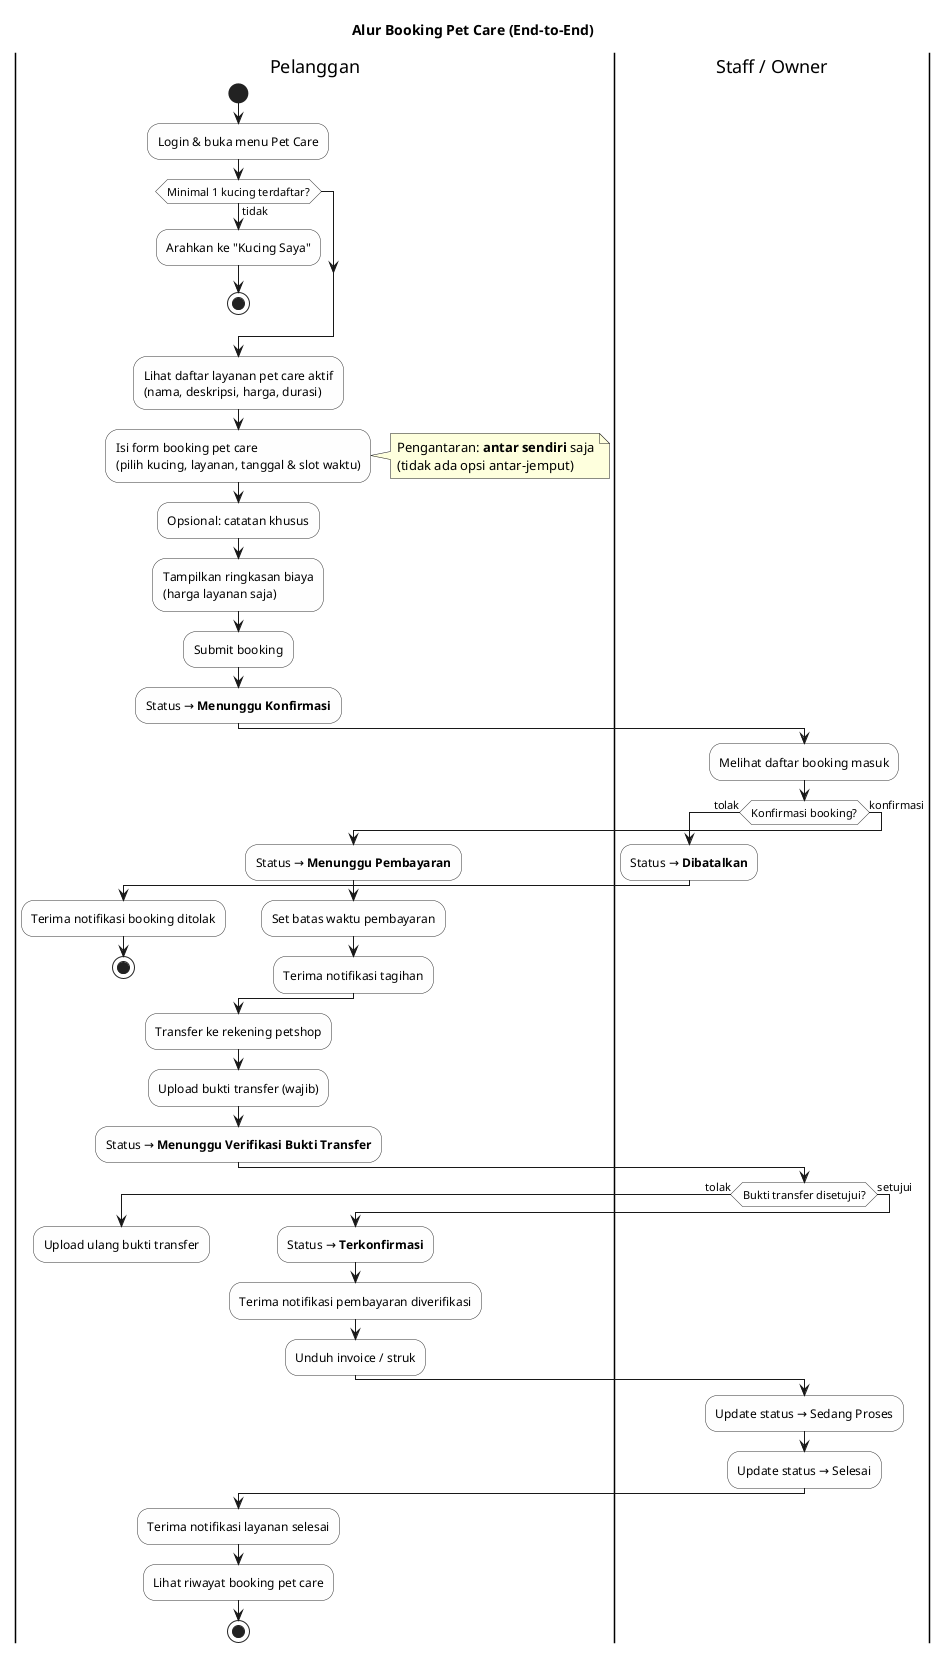
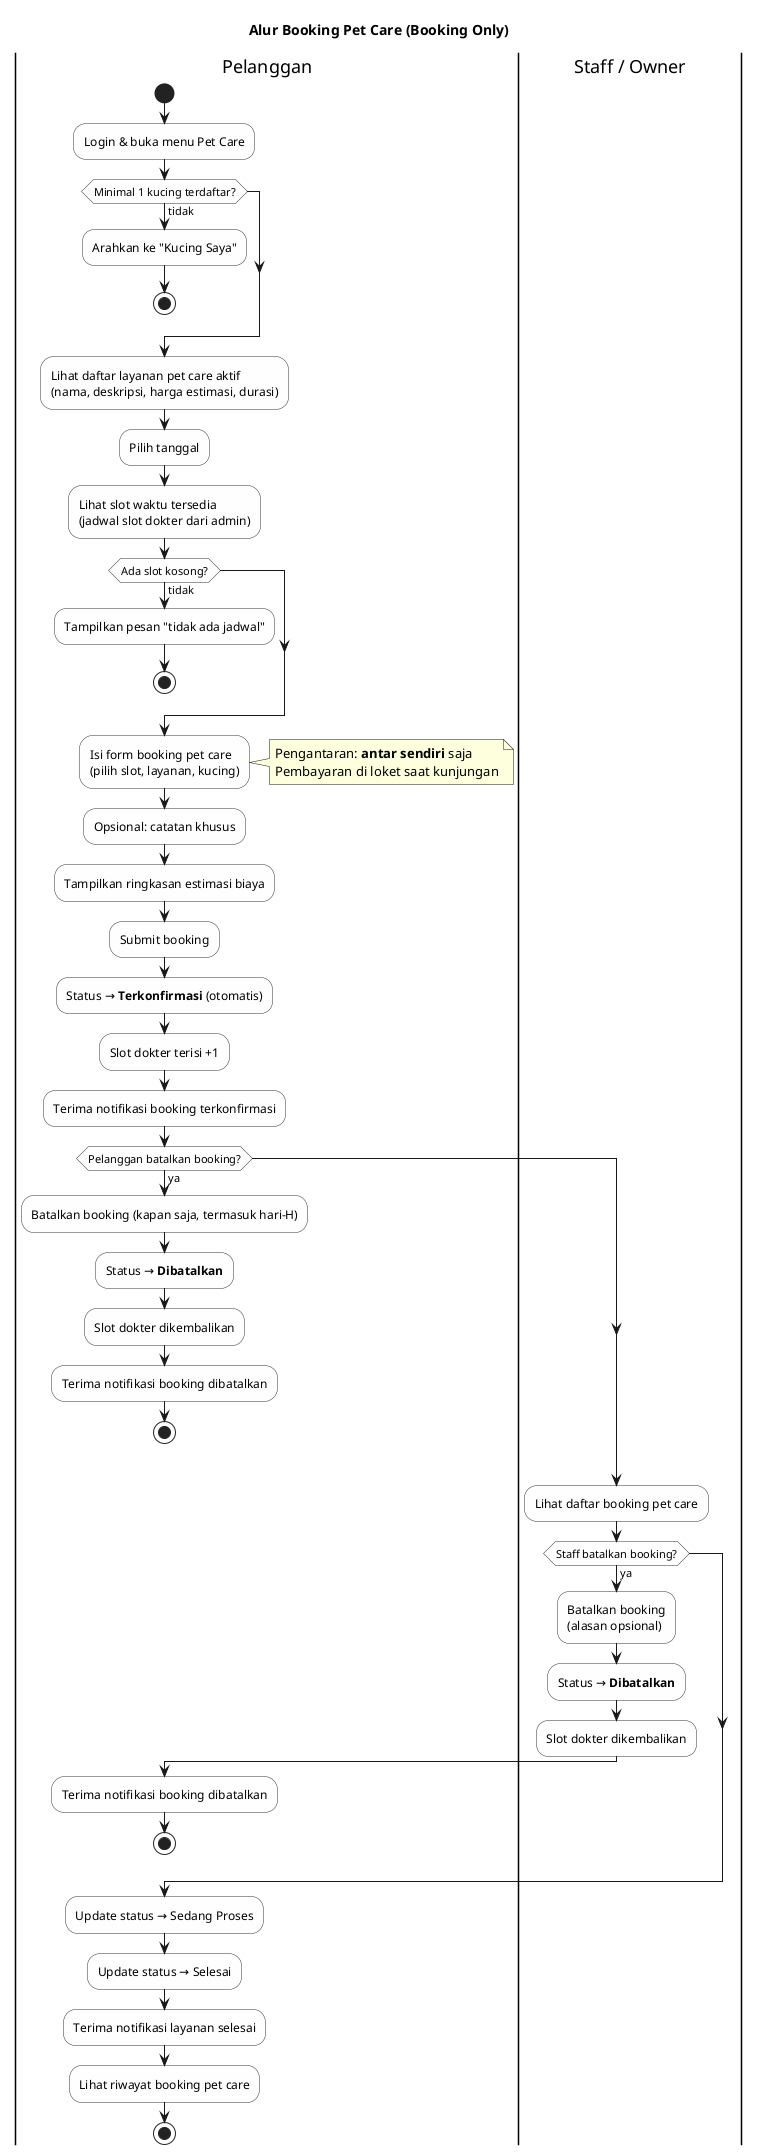
@startuml activity-booking-petcare
skinparam activity {
  BackgroundColor #FEFEFE
  BorderColor #333333
}

- title Alur Booking Pet Care (End-to-End)
+ title Alur Booking Pet Care (Booking Only)

|Pelanggan|
start
:Login & buka menu Pet Care;

if (Minimal 1 kucing terdaftar?) then (tidak)
  :Arahkan ke "Kucing Saya";
  stop
endif

- :Lihat daftar layanan pet care aktif\n(nama, deskripsi, harga, durasi);
- :Isi form booking pet care\n(pilih kucing, layanan, tanggal & slot waktu);
+ :Lihat daftar layanan pet care aktif\n(nama, deskripsi, harga estimasi, durasi);
+ :Pilih tanggal;
+ :Lihat slot waktu tersedia\n(jadwal slot dokter dari admin);
+ if (Ada slot kosong?) then (tidak)
+   :Tampilkan pesan "tidak ada jadwal";
+   stop
+ endif
+ :Isi form booking pet care\n(pilih slot, layanan, kucing);
note right
  Pengantaran: **antar sendiri** saja
-   (tidak ada opsi antar-jemput)
+   Pembayaran di loket saat kunjungan
end note
:Opsional: catatan khusus;
- :Tampilkan ringkasan biaya\n(harga layanan saja);
+ :Tampilkan ringkasan estimasi biaya;
:Submit booking;
- :Status → **Menunggu Konfirmasi**;
+ :Status → **Terkonfirmasi** (otomatis);
+ :Slot dokter terisi +1;
+ :Terima notifikasi booking terkonfirmasi;

- |Staff / Owner|
- :Melihat daftar booking masuk;
- if (Konfirmasi booking?) then (tolak)
+ if (Pelanggan batalkan booking?) then (ya)
+   :Batalkan booking (kapan saja, termasuk hari-H);
  :Status → **Dibatalkan**;
-   |Pelanggan|
-   :Terima notifikasi booking ditolak;
+   :Slot dokter dikembalikan;
+   :Terima notifikasi booking dibatalkan;
  stop
- else (konfirmasi)
-   :Status → **Menunggu Pembayaran**;
-   :Set batas waktu pembayaran;
-   |Pelanggan|
-   :Terima notifikasi tagihan;
- endif
- 
- |Pelanggan|
- :Transfer ke rekening petshop;
- :Upload bukti transfer (wajib);
- :Status → **Menunggu Verifikasi Bukti Transfer**;
- 
- |Staff / Owner|
- if (Bukti transfer disetujui?) then (tolak)
-   |Pelanggan|
-   :Upload ulang bukti transfer;
-   detach
- else (setujui)
-   :Status → **Terkonfirmasi**;
-   |Pelanggan|
-   :Terima notifikasi pembayaran diverifikasi;
-   :Unduh invoice / struk;
endif

|Staff / Owner|
+ :Lihat daftar booking pet care;
+ 
+ if (Staff batalkan booking?) then (ya)
+   :Batalkan booking\n(alasan opsional);
+   :Status → **Dibatalkan**;
+   :Slot dokter dikembalikan;
+   |Pelanggan|
+   :Terima notifikasi booking dibatalkan;
+   stop
+ endif
+ 
:Update status → Sedang Proses;
:Update status → Selesai;
|Pelanggan|
:Terima notifikasi layanan selesai;
:Lihat riwayat booking pet care;

stop
@enduml
